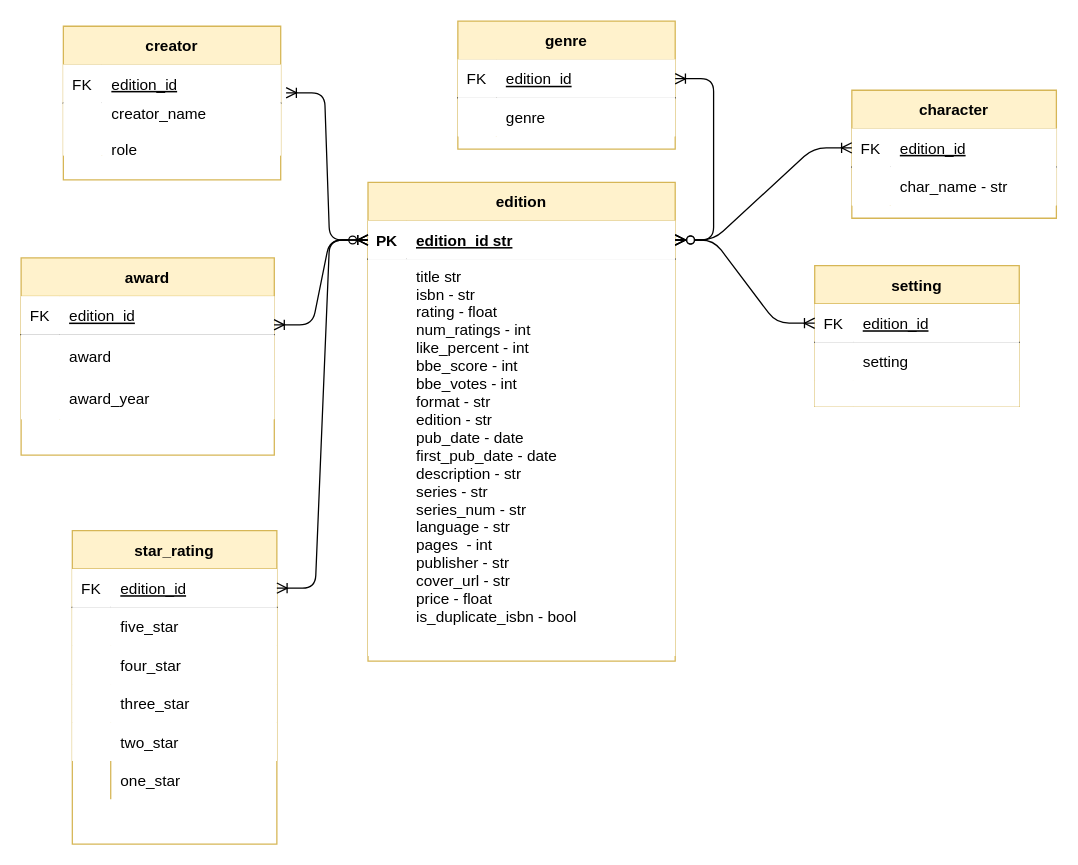
Above: artifacts/books_db.drawio in codeslp/books_db (draw.io), before the change. Source tidied: cells renumbered, new cells numbered last; positions are measured from the earlier drawing's top-left corner, leaving out a move shared by most shapes. Both pictures are drawn from the tidied source at 128%, with x=0, y=0 at pixel (20, 20).
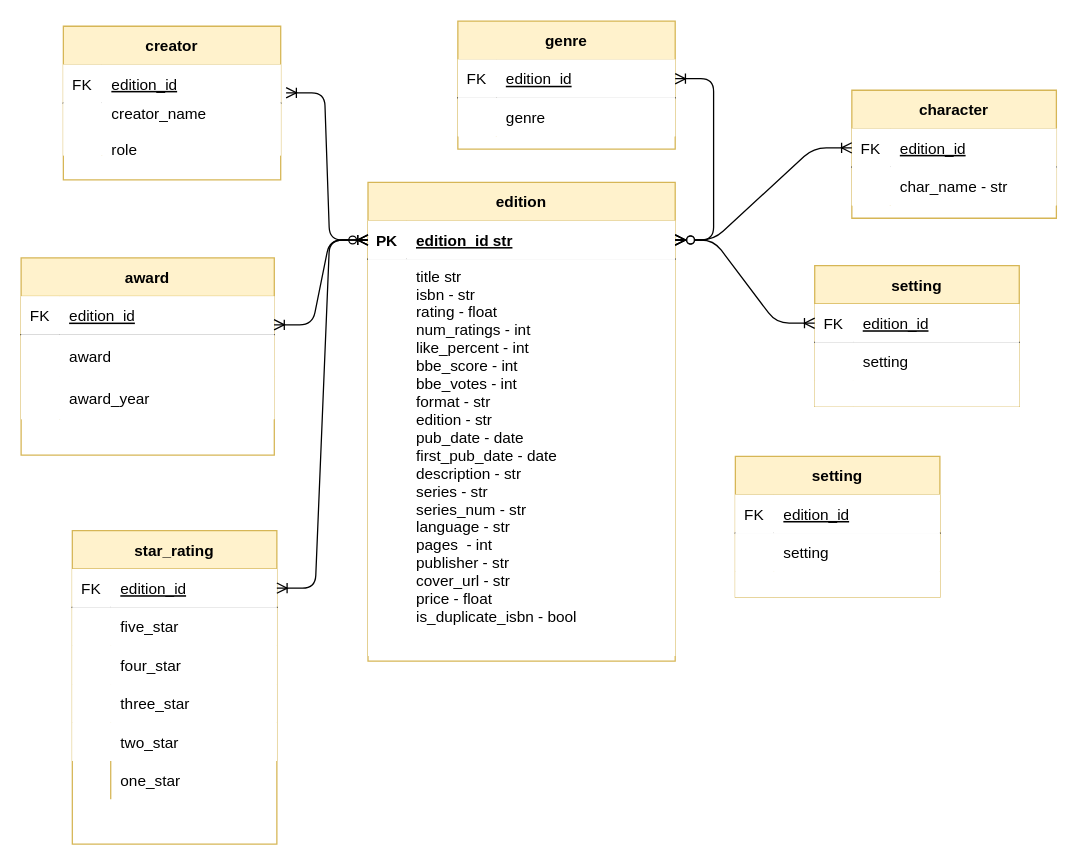
The same diagram, later.

Diff of the diagram source:
```diff
@@
+    <mxCell id="76" value="setting" style="shape=table;startSize=30;childLayout=tableLayout;rowLines=0;fontStyle=1;align=center;fillColor=#fff2cc;strokeColor=#d6b656;" parent="1" vertex="1">
+      <mxGeometry x="558" y="340" width="159.8" height="110" as="geometry" />
+    </mxCell>
+    <mxCell id="77" style="shape=partialRectangle;top=0;left=0;right=0;bottom=1;" parent="76" vertex="1">
+      <mxGeometry y="30" width="159.8" height="30" as="geometry" />
+    </mxCell>
+    <mxCell id="78" value="FK" style="shape=partialRectangle;overflow=hidden;top=0;left=0;bottom=0;right=0;fontStyle=0;" parent="77" vertex="1">
+      <mxGeometry width="30" height="30" as="geometry" />
+    </mxCell>
+    <mxCell id="79" value="edition_id" style="shape=partialRectangle;overflow=hidden;top=0;left=0;bottom=0;right=0;align=left;spacingLeft=6;fontStyle=4;" parent="77" vertex="1">
+      <mxGeometry x="30" width="129.8" height="30" as="geometry" />
+    </mxCell>
+    <mxCell id="80" style="shape=partialRectangle;top=0;left=0;right=0;bottom=0;" parent="76" vertex="1">
+      <mxGeometry y="60" width="159.8" height="30" as="geometry" />
+    </mxCell>
+    <mxCell id="81" style="shape=partialRectangle;overflow=hidden;top=0;left=0;bottom=0;right=0;" parent="80" vertex="1">
+      <mxGeometry width="30" height="30" as="geometry" />
+    </mxCell>
+    <mxCell id="82" value="setting" style="shape=partialRectangle;overflow=hidden;top=0;left=0;bottom=0;right=0;align=left;spacingLeft=6;" parent="80" vertex="1">
+      <mxGeometry x="30" width="129.8" height="30" as="geometry" />
+    </mxCell>
+    <mxCell id="83" style="shape=partialRectangle;top=0;left=0;right=0;bottom=0;" parent="76" vertex="1">
+      <mxGeometry y="90" width="159.8" height="20" as="geometry" />
+    </mxCell>
+    <mxCell id="84" style="shape=partialRectangle;overflow=hidden;top=0;left=0;bottom=0;right=0;" parent="83" vertex="1">
+      <mxGeometry width="30" height="20" as="geometry" />
+    </mxCell>
+    <mxCell id="85" style="shape=partialRectangle;overflow=hidden;top=0;left=0;bottom=0;right=0;align=left;spacingLeft=6;" parent="83" vertex="1">
+      <mxGeometry x="30" width="129.8" height="20" as="geometry" />
+    </mxCell>
```
